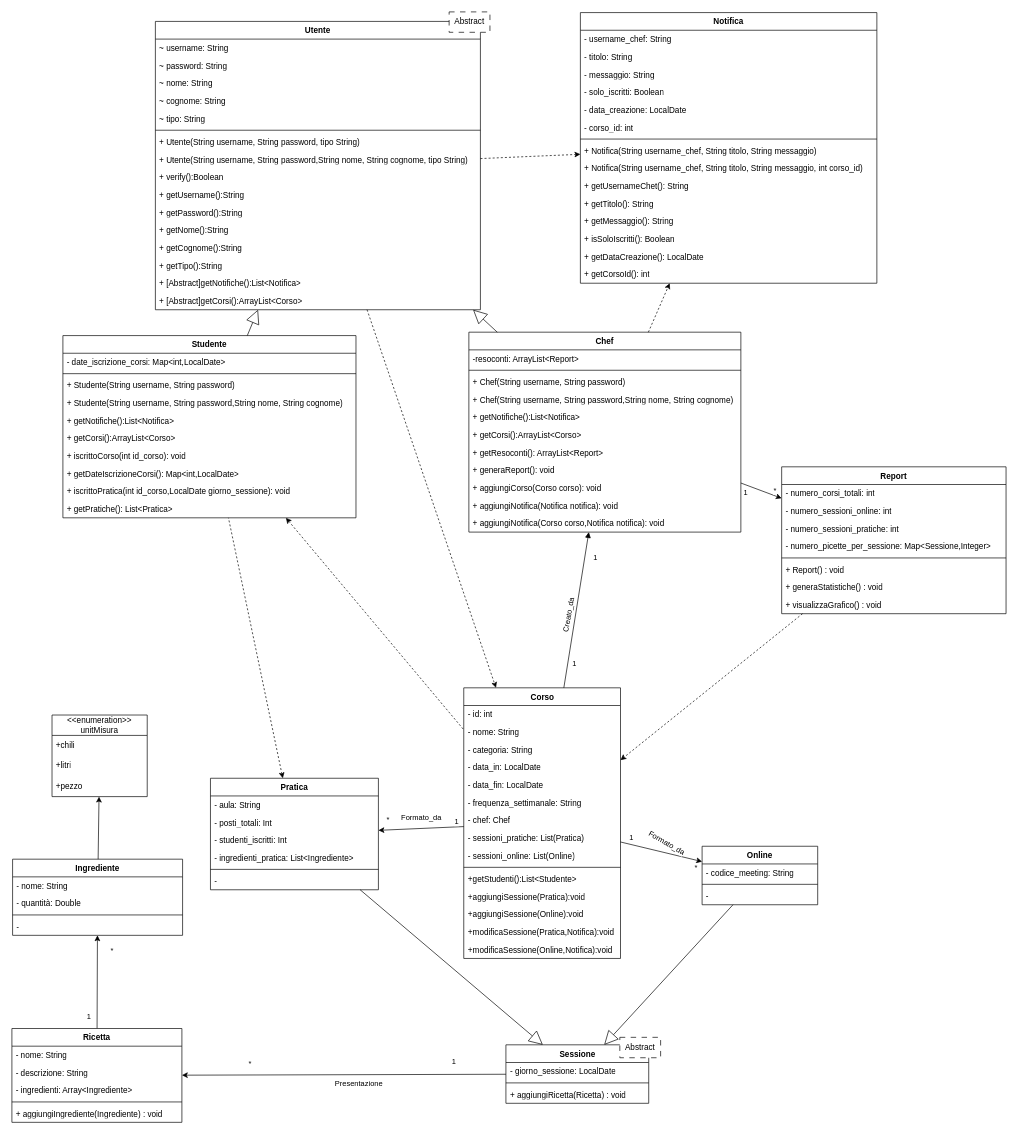
The draw.io diagram page "Model" (2 of 3) of obj/uml/UML1.drawio in MetisWastaken/UninaFoodLab, before the edit. Source tidied: cells renumbered, new cells numbered last; positions are measured from the earlier drawing's top-left corner, leaving out a move shared by most shapes. Both pictures are drawn from the tidied source at 68%, with x=0, y=0 at pixel (12, 12).
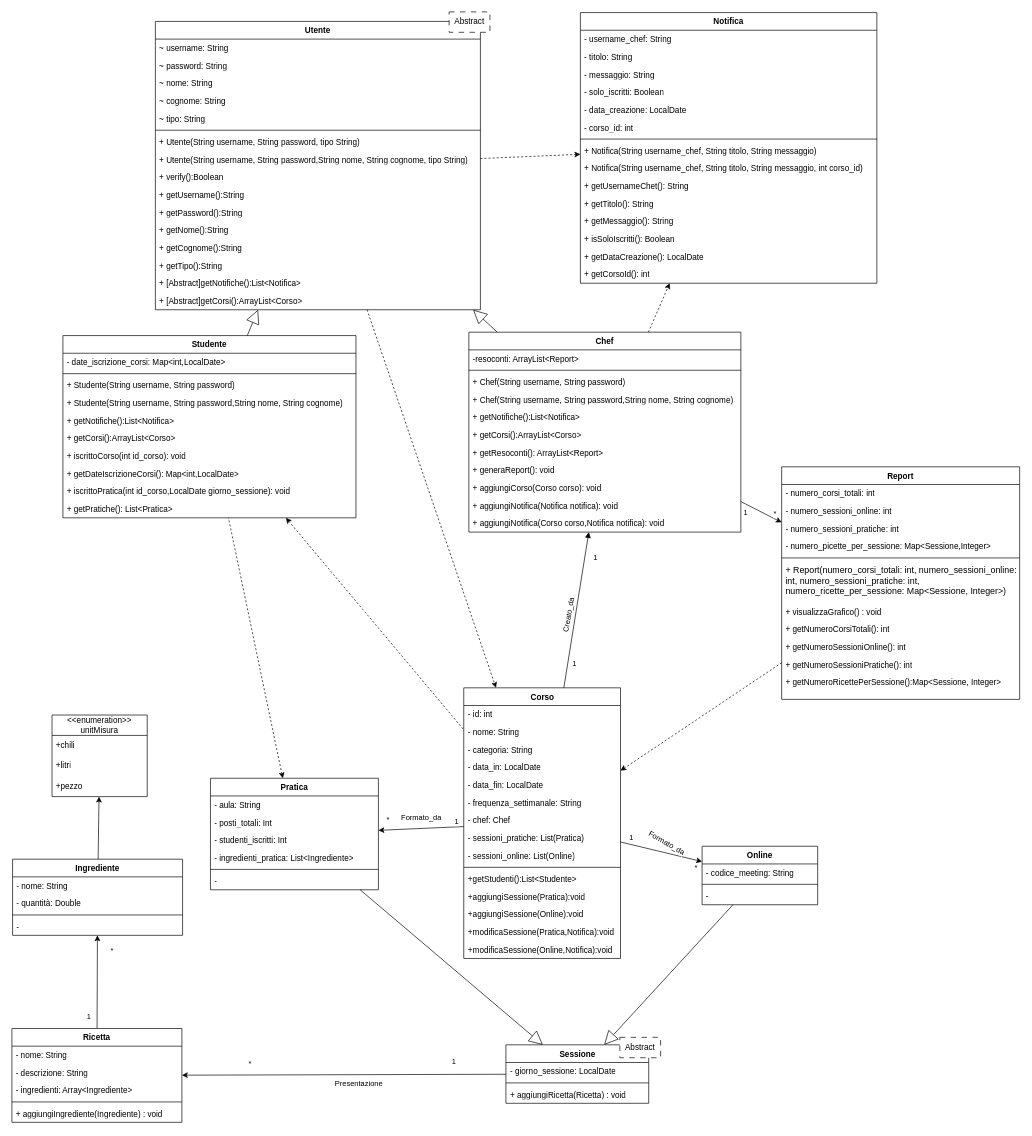
After the change.

Commit message (it also covers changes not shown here):
updated model with report

The edit, as a diff of the source:
```diff
@@
     <mxCell id="118" value="Report" style="swimlane;align=center;verticalAlign=top;horizontal=1;startSize=26;whiteSpace=wrap;html=1;" parent="1" vertex="1">
-      <mxGeometry x="1132" y="669" width="330" height="216" as="geometry" />
+      <mxGeometry x="1132" y="669" width="350" height="342" as="geometry" />
     </mxCell>
     <mxCell id="119" value="- numero_corsi_totali: int" style="text;strokeColor=none;fillColor=none;align=left;verticalAlign=top;spacingLeft=4;spacingRight=4;overflow=hidden;whiteSpace=wrap;html=1;" parent="118" vertex="1">
-      <mxGeometry y="26" width="330" height="26" as="geometry" />
+      <mxGeometry y="26" width="350" height="26" as="geometry" />
     </mxCell>
     <mxCell id="120" value="- numero_sessioni_online: int" style="text;strokeColor=none;fillColor=none;align=left;verticalAlign=top;spacingLeft=4;spacingRight=4;overflow=hidden;whiteSpace=wrap;html=1;" parent="118" vertex="1">
-      <mxGeometry y="52" width="330" height="26" as="geometry" />
+      <mxGeometry y="52" width="350" height="26" as="geometry" />
     </mxCell>
     <mxCell id="121" value="- numero_sessioni_pratiche: int" style="text;strokeColor=none;fillColor=none;align=left;verticalAlign=top;spacingLeft=4;spacingRight=4;overflow=hidden;whiteSpace=wrap;html=1;" parent="118" vertex="1">
-      <mxGeometry y="78" width="330" height="26" as="geometry" />
+      <mxGeometry y="78" width="350" height="26" as="geometry" />
     </mxCell>
     <mxCell id="122" value="- numero_picette_per_sessione: Map&amp;lt;Sessione,Integer&amp;gt;" style="text;strokeColor=none;fillColor=none;align=left;verticalAlign=top;spacingLeft=4;spacingRight=4;overflow=hidden;whiteSpace=wrap;html=1;" parent="118" vertex="1">
-      <mxGeometry y="104" width="330" height="26" as="geometry" />
+      <mxGeometry y="104" width="350" height="26" as="geometry" />
     </mxCell>
     <mxCell id="123" style="line;strokeWidth=1;fillColor=none;align=left;verticalAlign=middle;spacingTop=-1;spacingLeft=3;spacingRight=3;labelPosition=right;strokeColor=inherit;" parent="118" vertex="1">
-      <mxGeometry y="130" width="330" height="8" as="geometry" />
+      <mxGeometry y="130" width="350" height="8" as="geometry" />
     </mxCell>
+    <mxCell id="148" value="&lt;span style=&quot;font-size: 13px;&quot;&gt;+ Report(numero_corsi_totali: int, numero_sessioni_online: int, numero_sessioni_pratiche: int, numero_ricette_per_sessione: Map&amp;lt;Sessione, Integer&amp;gt;)&lt;/span&gt;" style="text;strokeColor=none;fillColor=none;align=left;verticalAlign=top;spacingLeft=4;spacingRight=4;overflow=hidden;whiteSpace=wrap;html=1;" parent="118" vertex="1">
+      <mxGeometry y="138" width="350" height="62" as="geometry" />
+    </mxCell>
+    <mxCell id="126" value="+ visualizzaGrafico() : void" style="text;strokeColor=none;fillColor=none;align=left;verticalAlign=top;spacingLeft=4;spacingRight=4;overflow=hidden;whiteSpace=wrap;html=1;" parent="118" vertex="1">
+      <mxGeometry y="200" width="350" height="26" as="geometry" />
+    </mxCell>
+    <mxCell id="125" value="+ getNumeroCorsiTotali(): int" style="text;strokeColor=none;fillColor=none;align=left;verticalAlign=top;spacingLeft=4;spacingRight=4;overflow=hidden;whiteSpace=wrap;html=1;" parent="118" vertex="1">
+      <mxGeometry y="226" width="350" height="26" as="geometry" />
+    </mxCell>
-    <mxCell id="124" value="+ Report() : void" style="text;strokeColor=none;fillColor=none;align=left;verticalAlign=top;spacingLeft=4;spacingRight=4;overflow=hidden;whiteSpace=wrap;html=1;" parent="118" vertex="1">
-      <mxGeometry y="138" width="330" height="26" as="geometry" />
+    <mxCell id="124" value="+ getNumeroSessioniOnline(): int&lt;div&gt;&lt;br&gt;&lt;/div&gt;" style="text;strokeColor=none;fillColor=none;align=left;verticalAlign=top;spacingLeft=4;spacingRight=4;overflow=hidden;whiteSpace=wrap;html=1;" parent="118" vertex="1">
+      <mxGeometry y="252" width="350" height="26" as="geometry" />
     </mxCell>
-    <mxCell id="125" value="+ generaStatistiche() : void" style="text;strokeColor=none;fillColor=none;align=left;verticalAlign=top;spacingLeft=4;spacingRight=4;overflow=hidden;whiteSpace=wrap;html=1;" parent="118" vertex="1">
-      <mxGeometry y="164" width="330" height="26" as="geometry" />
-    </mxCell>
-    <mxCell id="126" value="+ visualizzaGrafico() : void" style="text;strokeColor=none;fillColor=none;align=left;verticalAlign=top;spacingLeft=4;spacingRight=4;overflow=hidden;whiteSpace=wrap;html=1;" parent="118" vertex="1">
-      <mxGeometry y="190" width="330" height="26" as="geometry" />
-    </mxCell>
+    <mxCell id="149" value="+ getNumeroSessioniPratiche(): int" style="text;strokeColor=none;fillColor=none;align=left;verticalAlign=top;spacingLeft=4;spacingRight=4;overflow=hidden;whiteSpace=wrap;html=1;" parent="118" vertex="1">
+      <mxGeometry y="278" width="350" height="26" as="geometry" />
+    </mxCell>
+    <mxCell id="150" value="+ getNumeroRicettePerSessione():Map&amp;lt;Sessione,&amp;nbsp;&lt;span style=&quot;background-color: transparent; color: light-dark(rgb(0, 0, 0), rgb(255, 255, 255));&quot;&gt;Integer&amp;gt;&lt;/span&gt;" style="text;strokeColor=none;fillColor=none;align=left;verticalAlign=top;spacingLeft=4;spacingRight=4;overflow=hidden;whiteSpace=wrap;html=1;" parent="118" vertex="1">
+      <mxGeometry y="304" width="350" height="38" as="geometry" />
+    </mxCell>
```
